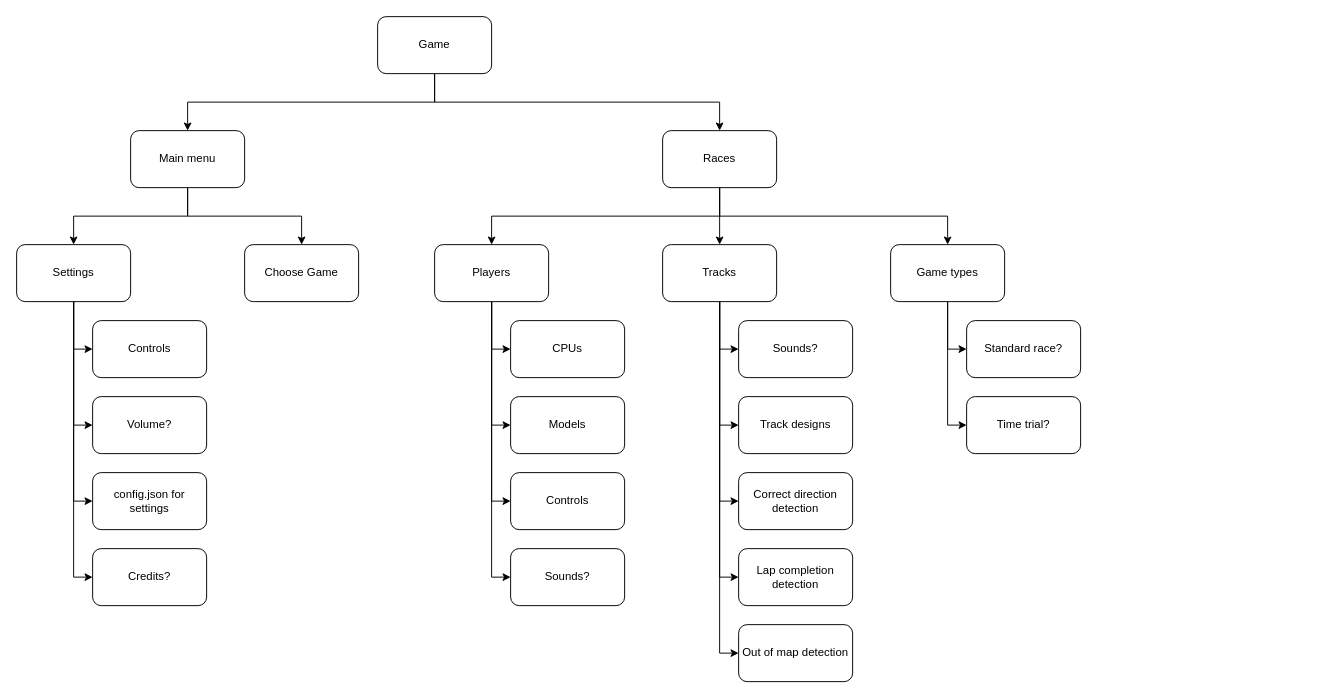
The draw.io diagram design/design.drawio in iquyo/C_Racing_Fork, before the edit. Source tidied: cells renumbered, new cells numbered last; positions are measured from the earlier drawing's top-left corner, leaving out a move shared by most shapes. Both pictures are drawn from the tidied source at 95%, with x=0, y=0 at pixel (16, 16).
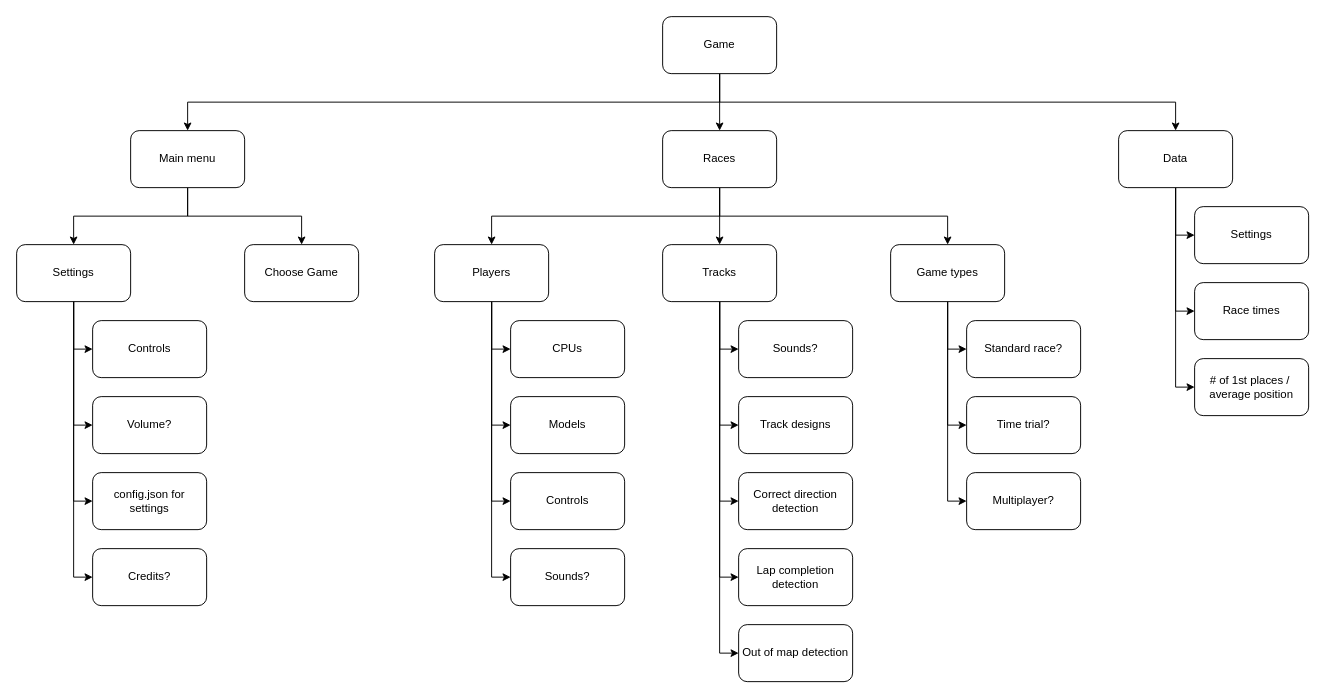
The same diagram, later.

Commit message:
Update design.drawio with info about data to be stored

The change refers to these unchanged cells:
```xml
<mxCell id="38" value="Game types" style="rounded=1;whiteSpace=wrap;html=1;" parent="1" vertex="1">
  <mxGeometry x="920" y="240" width="120" height="60" as="geometry" />
</mxCell>
```

The edit, as a diff of the source:
```diff
@@
+    <mxCell id="47" style="edgeStyle=orthogonalEdgeStyle;rounded=0;jettySize=auto;html=1;exitX=0.5;exitY=1;exitDx=0;exitDy=0;entryX=0.5;entryY=0;entryDx=0;entryDy=0;" parent="1" edge="1" source="4" target="52">
+      <mxGeometry relative="1" as="geometry" />
+    </mxCell>
     <mxCell id="4" value="Game" style="rounded=1;whiteSpace=wrap;html=1;" parent="1" vertex="1">
-      <mxGeometry x="380" width="120" height="60" as="geometry" />
+      <mxGeometry x="680" width="120" height="60" as="geometry" />
     </mxCell>
@@
+    <mxCell id="48" style="edgeStyle=orthogonalEdgeStyle;rounded=0;jettySize=auto;html=1;exitX=0.5;exitY=1;exitDx=0;exitDy=0;entryX=0;entryY=0.5;entryDx=0;entryDy=0;" parent="1" edge="1" source="38" target="55">
+      <mxGeometry relative="1" as="geometry" />
+    </mxCell>
@@
+    <mxCell id="49" style="edgeStyle=orthogonalEdgeStyle;rounded=0;jettySize=auto;html=1;exitX=0.5;exitY=1;exitDx=0;exitDy=0;entryX=0;entryY=0.5;entryDx=0;entryDy=0;" parent="1" edge="1" source="52" target="53">
+      <mxGeometry relative="1" as="geometry" />
+    </mxCell>
+    <mxCell id="50" style="edgeStyle=orthogonalEdgeStyle;rounded=0;jettySize=auto;html=1;exitX=0.5;exitY=1;exitDx=0;exitDy=0;entryX=0;entryY=0.5;entryDx=0;entryDy=0;" parent="1" edge="1" source="52" target="54">
+      <mxGeometry relative="1" as="geometry" />
+    </mxCell>
+    <mxCell id="51" style="edgeStyle=orthogonalEdgeStyle;rounded=0;jettySize=auto;html=1;exitX=0.5;exitY=1;exitDx=0;exitDy=0;entryX=0;entryY=0.5;entryDx=0;entryDy=0;" parent="1" edge="1" source="52" target="56">
+      <mxGeometry relative="1" as="geometry" />
+    </mxCell>
+    <mxCell id="52" value="Data" style="rounded=1;whiteSpace=wrap;html=1;" parent="1" vertex="1">
+      <mxGeometry x="1160" y="120" width="120" height="60" as="geometry" />
+    </mxCell>
+    <mxCell id="53" value="Settings" style="rounded=1;whiteSpace=wrap;html=1;" parent="1" vertex="1">
+      <mxGeometry x="1240" y="200" width="120" height="60" as="geometry" />
+    </mxCell>
+    <mxCell id="54" value="Race times" style="rounded=1;whiteSpace=wrap;html=1;" parent="1" vertex="1">
+      <mxGeometry x="1240" y="280" width="120" height="60" as="geometry" />
+    </mxCell>
+    <mxCell id="55" value="Multiplayer?" style="rounded=1;whiteSpace=wrap;html=1;" parent="1" vertex="1">
+      <mxGeometry x="1000" y="480" width="120" height="60" as="geometry" />
+    </mxCell>
+    <mxCell id="56" value="# of 1st places /&amp;nbsp;&lt;div&gt;average position&lt;/div&gt;" style="rounded=1;whiteSpace=wrap;html=1;" parent="1" vertex="1">
+      <mxGeometry x="1240" y="360" width="120" height="60" as="geometry" />
+    </mxCell>
```
